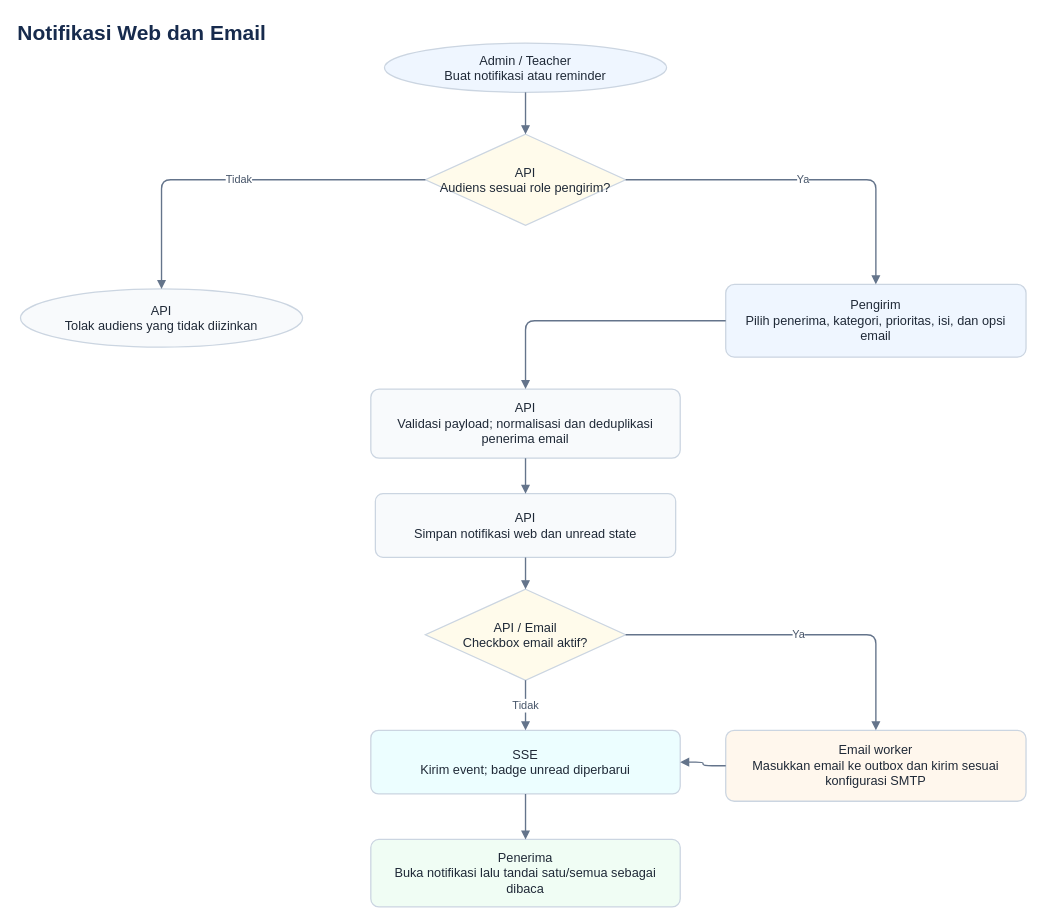
This is docs/diagrams/10-notifications-email.drawio from ammarmfirdaus-hue/DENSO-LMS, a draw.io file, before an edit. Source tidied: cells renumbered, new cells numbered last; positions are measured from the earlier drawing's top-left corner, leaving out a move shared by most shapes. Both pictures are drawn from the tidied source at 91%, with x=0, y=0 at pixel (15, 15).
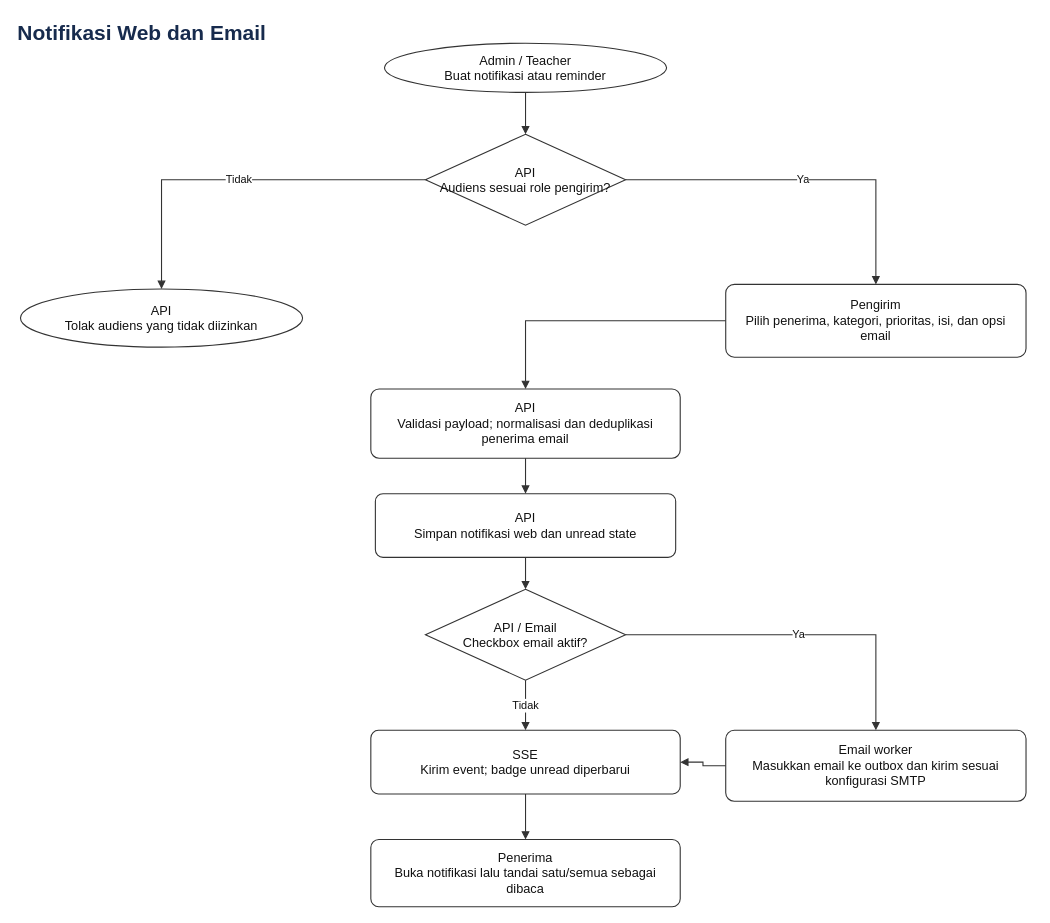
The same diagram, later.

Change to the diagram source:
```diff
@@
-    <mxCell id="3" value="Admin / Teacher&#10;Buat notifikasi atau reminder" style="shape=ellipse;whiteSpace=wrap;html=1;align=center;verticalAlign=middle;strokeColor=#cbd5e1;strokeWidth=1.4;fillColor=#eff6ff;fontColor=#1f2937;fontSize=14;spacing=8;shadow=0;" parent="1" vertex="1">
+    <mxCell id="3" value="Admin / Teacher&#10;Buat notifikasi atau reminder" style="shape=ellipse;whiteSpace=wrap;html=1;align=center;verticalAlign=middle;strokeColor=#333333;strokeWidth=1.2;fillColor=#ffffff;fontColor=#111111;fontSize=14;spacing=8;shadow=0;" parent="1" vertex="1">
       <mxGeometry x="405" y="30" width="310" height="54" as="geometry" />
     </mxCell>
-    <mxCell id="4" value="API&#10;Audiens sesuai role pengirim?" style="shape=rhombus;whiteSpace=wrap;html=1;align=center;verticalAlign=middle;strokeColor=#cbd5e1;strokeWidth=1.4;fillColor=#fffbeb;fontColor=#1f2937;fontSize=14;spacing=8;shadow=0;" parent="1" vertex="1">
+    <mxCell id="4" value="API&#10;Audiens sesuai role pengirim?" style="shape=rhombus;whiteSpace=wrap;html=1;align=center;verticalAlign=middle;strokeColor=#333333;strokeWidth=1.2;fillColor=#ffffff;fontColor=#111111;fontSize=14;spacing=8;shadow=0;" parent="1" vertex="1">
       <mxGeometry x="450" y="130" width="220" height="100" as="geometry" />
     </mxCell>
-    <mxCell id="5" value="API&#10;Tolak audiens yang tidak diizinkan" style="shape=ellipse;whiteSpace=wrap;html=1;align=center;verticalAlign=middle;strokeColor=#cbd5e1;strokeWidth=1.4;fillColor=#f8fafc;fontColor=#1f2937;fontSize=14;spacing=8;shadow=0;" parent="1" vertex="1">
+    <mxCell id="5" value="API&#10;Tolak audiens yang tidak diizinkan" style="shape=ellipse;whiteSpace=wrap;html=1;align=center;verticalAlign=middle;strokeColor=#333333;strokeWidth=1.2;fillColor=#ffffff;fontColor=#111111;fontSize=14;spacing=8;shadow=0;" parent="1" vertex="1">
       <mxGeometry x="5" y="300" width="310" height="64" as="geometry" />
     </mxCell>
-    <mxCell id="6" value="Pengirim&#10;Pilih penerima, kategori, prioritas, isi, dan opsi email" style="rounded=1;arcSize=12;whiteSpace=wrap;html=1;align=center;verticalAlign=middle;strokeColor=#cbd5e1;strokeWidth=1.4;fillColor=#eff6ff;fontColor=#1f2937;fontSize=14;spacing=8;shadow=0;" parent="1" vertex="1">
+    <mxCell id="6" value="Pengirim&#10;Pilih penerima, kategori, prioritas, isi, dan opsi email" style="rounded=1;arcSize=12;whiteSpace=wrap;html=1;align=center;verticalAlign=middle;strokeColor=#333333;strokeWidth=1.2;fillColor=#ffffff;fontColor=#111111;fontSize=14;spacing=8;shadow=0;" parent="1" vertex="1">
       <mxGeometry x="780" y="295" width="330" height="80" as="geometry" />
     </mxCell>
-    <mxCell id="7" value="API&#10;Validasi payload; normalisasi dan deduplikasi penerima email" style="rounded=1;arcSize=12;whiteSpace=wrap;html=1;align=center;verticalAlign=middle;strokeColor=#cbd5e1;strokeWidth=1.4;fillColor=#f8fafc;fontColor=#1f2937;fontSize=14;spacing=8;shadow=0;" parent="1" vertex="1">
+    <mxCell id="7" value="API&#10;Validasi payload; normalisasi dan deduplikasi penerima email" style="rounded=1;arcSize=12;whiteSpace=wrap;html=1;align=center;verticalAlign=middle;strokeColor=#333333;strokeWidth=1.2;fillColor=#ffffff;fontColor=#111111;fontSize=14;spacing=8;shadow=0;" parent="1" vertex="1">
       <mxGeometry x="390" y="410" width="340" height="76" as="geometry" />
     </mxCell>
-    <mxCell id="8" value="API&#10;Simpan notifikasi web dan unread state" style="rounded=1;arcSize=12;whiteSpace=wrap;html=1;align=center;verticalAlign=middle;strokeColor=#cbd5e1;strokeWidth=1.4;fillColor=#f8fafc;fontColor=#1f2937;fontSize=14;spacing=8;shadow=0;" parent="1" vertex="1">
+    <mxCell id="8" value="API&#10;Simpan notifikasi web dan unread state" style="rounded=1;arcSize=12;whiteSpace=wrap;html=1;align=center;verticalAlign=middle;strokeColor=#333333;strokeWidth=1.2;fillColor=#ffffff;fontColor=#111111;fontSize=14;spacing=8;shadow=0;" parent="1" vertex="1">
       <mxGeometry x="395" y="525" width="330" height="70" as="geometry" />
     </mxCell>
-    <mxCell id="9" value="API / Email&#10;Checkbox email aktif?" style="shape=rhombus;whiteSpace=wrap;html=1;align=center;verticalAlign=middle;strokeColor=#cbd5e1;strokeWidth=1.4;fillColor=#fffbeb;fontColor=#1f2937;fontSize=14;spacing=8;shadow=0;" parent="1" vertex="1">
+    <mxCell id="9" value="API / Email&#10;Checkbox email aktif?" style="shape=rhombus;whiteSpace=wrap;html=1;align=center;verticalAlign=middle;strokeColor=#333333;strokeWidth=1.2;fillColor=#ffffff;fontColor=#111111;fontSize=14;spacing=8;shadow=0;" parent="1" vertex="1">
       <mxGeometry x="450" y="630" width="220" height="100" as="geometry" />
     </mxCell>
-    <mxCell id="10" value="Email worker&#10;Masukkan email ke outbox dan kirim sesuai konfigurasi SMTP" style="rounded=1;arcSize=12;whiteSpace=wrap;html=1;align=center;verticalAlign=middle;strokeColor=#cbd5e1;strokeWidth=1.4;fillColor=#fff7ed;fontColor=#1f2937;fontSize=14;spacing=8;shadow=0;" parent="1" vertex="1">
+    <mxCell id="10" value="Email worker&#10;Masukkan email ke outbox dan kirim sesuai konfigurasi SMTP" style="rounded=1;arcSize=12;whiteSpace=wrap;html=1;align=center;verticalAlign=middle;strokeColor=#333333;strokeWidth=1.2;fillColor=#ffffff;fontColor=#111111;fontSize=14;spacing=8;shadow=0;" parent="1" vertex="1">
       <mxGeometry x="780" y="785" width="330" height="78" as="geometry" />
     </mxCell>
-    <mxCell id="11" value="SSE&#10;Kirim event; badge unread diperbarui" style="rounded=1;arcSize=12;whiteSpace=wrap;html=1;align=center;verticalAlign=middle;strokeColor=#cbd5e1;strokeWidth=1.4;fillColor=#ecfeff;fontColor=#1f2937;fontSize=14;spacing=8;shadow=0;" parent="1" vertex="1">
+    <mxCell id="11" value="SSE&#10;Kirim event; badge unread diperbarui" style="rounded=1;arcSize=12;whiteSpace=wrap;html=1;align=center;verticalAlign=middle;strokeColor=#333333;strokeWidth=1.2;fillColor=#ffffff;fontColor=#111111;fontSize=14;spacing=8;shadow=0;" parent="1" vertex="1">
       <mxGeometry x="390" y="785" width="340" height="70" as="geometry" />
     </mxCell>
-    <mxCell id="12" value="Penerima&#10;Buka notifikasi lalu tandai satu/semua sebagai dibaca" style="rounded=1;arcSize=12;whiteSpace=wrap;html=1;align=center;verticalAlign=middle;strokeColor=#cbd5e1;strokeWidth=1.4;fillColor=#f0fdf4;fontColor=#1f2937;fontSize=14;spacing=8;shadow=0;" parent="1" vertex="1">
+    <mxCell id="12" value="Penerima&#10;Buka notifikasi lalu tandai satu/semua sebagai dibaca" style="rounded=1;arcSize=12;whiteSpace=wrap;html=1;align=center;verticalAlign=middle;strokeColor=#333333;strokeWidth=1.2;fillColor=#ffffff;fontColor=#111111;fontSize=14;spacing=8;shadow=0;" parent="1" vertex="1">
       <mxGeometry x="390" y="905" width="340" height="74" as="geometry" />
     </mxCell>
-    <mxCell id="13" style="edgeStyle=orthogonalEdgeStyle;rounded=1;jettySize=auto;html=1;strokeColor=#64748b;strokeWidth=1.5;fontColor=#475569;fontSize=12;labelBackgroundColor=#ffffff;endArrow=block;endFill=1;" parent="1" edge="1" source="3" target="4">
+    <mxCell id="13" style="edgeStyle=orthogonalEdgeStyle;rounded=0;jettySize=auto;html=1;strokeColor=#333333;strokeWidth=1.2;fontColor=#111111;fontSize=12;labelBackgroundColor=#ffffff;endArrow=block;endFill=1;" parent="1" edge="1" source="3" target="4">
       <mxGeometry relative="1" as="geometry" />
     </mxCell>
-    <mxCell id="14" value="Ya" style="edgeStyle=orthogonalEdgeStyle;rounded=1;jettySize=auto;html=1;strokeColor=#64748b;strokeWidth=1.5;fontColor=#475569;fontSize=12;labelBackgroundColor=#ffffff;endArrow=block;endFill=1;" parent="1" edge="1" source="4" target="6">
+    <mxCell id="14" value="Ya" style="edgeStyle=orthogonalEdgeStyle;rounded=0;jettySize=auto;html=1;strokeColor=#333333;strokeWidth=1.2;fontColor=#111111;fontSize=12;labelBackgroundColor=#ffffff;endArrow=block;endFill=1;" parent="1" edge="1" source="4" target="6">
       <mxGeometry relative="1" as="geometry" />
     </mxCell>
-    <mxCell id="15" value="Tidak" style="edgeStyle=orthogonalEdgeStyle;rounded=1;jettySize=auto;html=1;strokeColor=#64748b;strokeWidth=1.5;fontColor=#475569;fontSize=12;labelBackgroundColor=#ffffff;endArrow=block;endFill=1;" parent="1" edge="1" source="4" target="5">
+    <mxCell id="15" value="Tidak" style="edgeStyle=orthogonalEdgeStyle;rounded=0;jettySize=auto;html=1;strokeColor=#333333;strokeWidth=1.2;fontColor=#111111;fontSize=12;labelBackgroundColor=#ffffff;endArrow=block;endFill=1;" parent="1" edge="1" source="4" target="5">
       <mxGeometry relative="1" as="geometry" />
     </mxCell>
-    <mxCell id="16" style="edgeStyle=orthogonalEdgeStyle;rounded=1;jettySize=auto;html=1;strokeColor=#64748b;strokeWidth=1.5;fontColor=#475569;fontSize=12;labelBackgroundColor=#ffffff;endArrow=block;endFill=1;" parent="1" edge="1" source="6" target="7">
+    <mxCell id="16" style="edgeStyle=orthogonalEdgeStyle;rounded=0;jettySize=auto;html=1;strokeColor=#333333;strokeWidth=1.2;fontColor=#111111;fontSize=12;labelBackgroundColor=#ffffff;endArrow=block;endFill=1;" parent="1" edge="1" source="6" target="7">
       <mxGeometry relative="1" as="geometry" />
     </mxCell>
-    <mxCell id="17" style="edgeStyle=orthogonalEdgeStyle;rounded=1;jettySize=auto;html=1;strokeColor=#64748b;strokeWidth=1.5;fontColor=#475569;fontSize=12;labelBackgroundColor=#ffffff;endArrow=block;endFill=1;" parent="1" edge="1" source="7" target="8">
+    <mxCell id="17" style="edgeStyle=orthogonalEdgeStyle;rounded=0;jettySize=auto;html=1;strokeColor=#333333;strokeWidth=1.2;fontColor=#111111;fontSize=12;labelBackgroundColor=#ffffff;endArrow=block;endFill=1;" parent="1" edge="1" source="7" target="8">
       <mxGeometry relative="1" as="geometry" />
     </mxCell>
-    <mxCell id="18" style="edgeStyle=orthogonalEdgeStyle;rounded=1;jettySize=auto;html=1;strokeColor=#64748b;strokeWidth=1.5;fontColor=#475569;fontSize=12;labelBackgroundColor=#ffffff;endArrow=block;endFill=1;" parent="1" edge="1" source="8" target="9">
+    <mxCell id="18" style="edgeStyle=orthogonalEdgeStyle;rounded=0;jettySize=auto;html=1;strokeColor=#333333;strokeWidth=1.2;fontColor=#111111;fontSize=12;labelBackgroundColor=#ffffff;endArrow=block;endFill=1;" parent="1" edge="1" source="8" target="9">
       <mxGeometry relative="1" as="geometry" />
     </mxCell>
-    <mxCell id="19" value="Ya" style="edgeStyle=orthogonalEdgeStyle;rounded=1;jettySize=auto;html=1;strokeColor=#64748b;strokeWidth=1.5;fontColor=#475569;fontSize=12;labelBackgroundColor=#ffffff;endArrow=block;endFill=1;" parent="1" edge="1" source="9" target="10">
+    <mxCell id="19" value="Ya" style="edgeStyle=orthogonalEdgeStyle;rounded=0;jettySize=auto;html=1;strokeColor=#333333;strokeWidth=1.2;fontColor=#111111;fontSize=12;labelBackgroundColor=#ffffff;endArrow=block;endFill=1;" parent="1" edge="1" source="9" target="10">
       <mxGeometry relative="1" as="geometry" />
     </mxCell>
-    <mxCell id="20" value="Tidak" style="edgeStyle=orthogonalEdgeStyle;rounded=1;jettySize=auto;html=1;strokeColor=#64748b;strokeWidth=1.5;fontColor=#475569;fontSize=12;labelBackgroundColor=#ffffff;endArrow=block;endFill=1;" parent="1" edge="1" source="9" target="11">
+    <mxCell id="20" value="Tidak" style="edgeStyle=orthogonalEdgeStyle;rounded=0;jettySize=auto;html=1;strokeColor=#333333;strokeWidth=1.2;fontColor=#111111;fontSize=12;labelBackgroundColor=#ffffff;endArrow=block;endFill=1;" parent="1" edge="1" source="9" target="11">
       <mxGeometry relative="1" as="geometry" />
     </mxCell>
-    <mxCell id="21" style="edgeStyle=orthogonalEdgeStyle;rounded=1;jettySize=auto;html=1;strokeColor=#64748b;strokeWidth=1.5;fontColor=#475569;fontSize=12;labelBackgroundColor=#ffffff;endArrow=block;endFill=1;" parent="1" edge="1" source="10" target="11">
+    <mxCell id="21" style="edgeStyle=orthogonalEdgeStyle;rounded=0;jettySize=auto;html=1;strokeColor=#333333;strokeWidth=1.2;fontColor=#111111;fontSize=12;labelBackgroundColor=#ffffff;endArrow=block;endFill=1;" parent="1" edge="1" source="10" target="11">
       <mxGeometry relative="1" as="geometry" />
     </mxCell>
-    <mxCell id="22" style="edgeStyle=orthogonalEdgeStyle;rounded=1;jettySize=auto;html=1;strokeColor=#64748b;strokeWidth=1.5;fontColor=#475569;fontSize=12;labelBackgroundColor=#ffffff;endArrow=block;endFill=1;" parent="1" edge="1" source="11" target="12">
+    <mxCell id="22" style="edgeStyle=orthogonalEdgeStyle;rounded=0;jettySize=auto;html=1;strokeColor=#333333;strokeWidth=1.2;fontColor=#111111;fontSize=12;labelBackgroundColor=#ffffff;endArrow=block;endFill=1;" parent="1" edge="1" source="11" target="12">
       <mxGeometry relative="1" as="geometry" />
     </mxCell>
```
